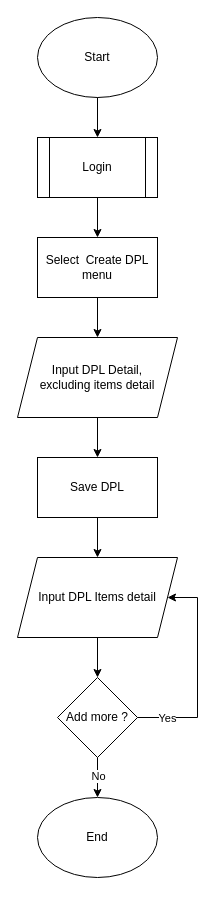
The draw.io diagram page "Create DPL" (2 of 6) of UML DPL.drawio in wilhelmus098/pf, before the edit. Source tidied: cells renumbered, new cells numbered last; positions are measured from the earlier drawing's top-left corner, leaving out a move shared by most shapes. Both pictures are drawn from the tidied source at 100%, with x=0, y=0 at pixel (17, 17).
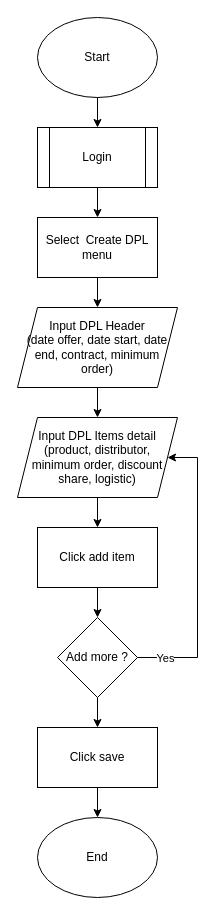
After the change.

Diff of the diagram source:
```diff
@@
-    <mxCell id="3" value="Input DPL Detail,&lt;br&gt;excluding items detail" style="shape=parallelogram;perimeter=parallelogramPerimeter;whiteSpace=wrap;html=1;fixedSize=1;" parent="1" vertex="1">
-      <mxGeometry y="320" width="160" height="80" as="geometry" />
+    <mxCell id="3" value="Input DPL Header&lt;br&gt;(date offer, date start, date end, contract, minimum order)" style="shape=parallelogram;perimeter=parallelogramPerimeter;whiteSpace=wrap;html=1;fixedSize=1;" parent="1" vertex="1">
+      <mxGeometry y="290" width="160" height="80" as="geometry" />
     </mxCell>
     <mxCell id="4" value="Add more ?" style="rhombus;whiteSpace=wrap;html=1;" parent="1" vertex="1">
-      <mxGeometry x="40" y="660" width="80" height="80" as="geometry" />
+      <mxGeometry x="40" y="600" width="80" height="80" as="geometry" />
     </mxCell>
     <mxCell id="5" value="End" style="ellipse;whiteSpace=wrap;html=1;" parent="1" vertex="1">
-      <mxGeometry x="20" y="780" width="120" height="80" as="geometry" />
+      <mxGeometry x="20" y="800" width="120" height="80" as="geometry" />
     </mxCell>
     <mxCell id="6" value="Login" style="shape=process;whiteSpace=wrap;html=1;backgroundOutline=1;" parent="1" vertex="1">
-      <mxGeometry x="20" y="120" width="120" height="60" as="geometry" />
+      <mxGeometry x="20" y="110" width="120" height="60" as="geometry" />
     </mxCell>
     <mxCell id="7" value="Select&amp;nbsp; Create DPL menu" style="rounded=0;whiteSpace=wrap;html=1;" parent="1" vertex="1">
-      <mxGeometry x="20" y="220" width="120" height="60" as="geometry" />
+      <mxGeometry x="20" y="200" width="120" height="60" as="geometry" />
     </mxCell>
@@
-    <mxCell id="11" value="Save DPL" style="rounded=0;whiteSpace=wrap;html=1;" parent="1" vertex="1">
-      <mxGeometry x="20" y="440" width="120" height="60" as="geometry" />
-    </mxCell>
-    <mxCell id="12" style="endArrow=classic;html=1;rounded=0;exitX=0.5;exitY=1;exitDx=0;exitDy=0;entryX=0.5;entryY=0;entryDx=0;entryDy=0;" parent="1" edge="1" source="3" target="11">
-      <mxGeometry relative="1" as="geometry" />
-    </mxCell>
-    <mxCell id="13" value="Input DPL Items detail" style="shape=parallelogram;perimeter=parallelogramPerimeter;whiteSpace=wrap;html=1;fixedSize=1;" parent="1" vertex="1">
-      <mxGeometry y="540" width="160" height="80" as="geometry" />
+    <mxCell id="13" value="Input DPL Items detail (product, distributor, minimum order, discount share, logistic)" style="shape=parallelogram;perimeter=parallelogramPerimeter;whiteSpace=wrap;html=1;fixedSize=1;" parent="1" vertex="1">
+      <mxGeometry y="400" width="160" height="80" as="geometry" />
     </mxCell>
-    <mxCell id="14" style="endArrow=classic;html=1;rounded=0;exitX=0.5;exitY=1;exitDx=0;exitDy=0;entryX=0.5;entryY=0;entryDx=0;entryDy=0;" parent="1" edge="1" source="11" target="13">
-      <mxGeometry relative="1" as="geometry" />
-    </mxCell>
     <mxCell id="15" style="endArrow=classic;html=1;rounded=0;exitX=1;exitY=0.5;exitDx=0;exitDy=0;entryX=1;entryY=0.5;entryDx=0;entryDy=0;" parent="1" edge="1" source="4" target="13">
       <mxGeometry relative="1" as="geometry">
         <Array as="points">
-          <mxPoint x="180" y="700" />
-          <mxPoint x="180" y="580" />
+          <mxPoint x="180" y="640" />
+          <mxPoint x="180" y="440" />
         </Array>
       </mxGeometry>
     </mxCell>
     <mxCell id="16" value="Yes" style="edgeLabel;html=1;align=center;verticalAlign=middle;" parent="15" vertex="1">
       <mxGeometry x="-0.75" y="2" relative="1" as="geometry">
-        <mxPoint x="3" y="2" as="offset" />
+        <mxPoint x="-9" y="2" as="offset" />
       </mxGeometry>
     </mxCell>
-    <mxCell id="17" style="endArrow=classic;html=1;rounded=0;exitX=0.5;exitY=1;exitDx=0;exitDy=0;entryX=0.5;entryY=0;entryDx=0;entryDy=0;" parent="1" edge="1" source="4" target="5">
-      <mxGeometry relative="1" as="geometry" />
-    </mxCell>
-    <mxCell id="18" value="No" style="edgeLabel;html=1;align=center;verticalAlign=middle;" parent="17" vertex="1">
-      <mxGeometry x="-0.12" relative="1" as="geometry" />
-    </mxCell>
-    <mxCell id="19" style="endArrow=classic;html=1;rounded=0;exitX=0.5;exitY=1;exitDx=0;exitDy=0;entryX=0.5;entryY=0;entryDx=0;entryDy=0;" parent="1" edge="1" source="13" target="4">
-      <mxGeometry relative="1" as="geometry" />
-    </mxCell>
+    <mxCell id="20" style="endArrow=classic;html=1;rounded=0;exitX=0.5;exitY=1;exitDx=0;exitDy=0;entryX=0.5;entryY=0;entryDx=0;entryDy=0;" parent="1" edge="1" source="3" target="13">
+      <mxGeometry relative="1" as="geometry" />
+    </mxCell>
+    <mxCell id="21" value="Click add item" style="rounded=0;whiteSpace=wrap;html=1;" parent="1" vertex="1">
+      <mxGeometry x="20" y="510" width="120" height="60" as="geometry" />
+    </mxCell>
+    <mxCell id="22" style="endArrow=classic;html=1;rounded=0;exitX=0.5;exitY=1;exitDx=0;exitDy=0;entryX=0.5;entryY=0;entryDx=0;entryDy=0;" parent="1" edge="1" source="13" target="21">
+      <mxGeometry relative="1" as="geometry" />
+    </mxCell>
+    <mxCell id="23" style="endArrow=classic;html=1;rounded=0;exitX=0.5;exitY=1;exitDx=0;exitDy=0;entryX=0.5;entryY=0;entryDx=0;entryDy=0;" parent="1" edge="1" source="21" target="4">
+      <mxGeometry relative="1" as="geometry" />
+    </mxCell>
+    <mxCell id="24" value="Click save" style="rounded=0;whiteSpace=wrap;html=1;" parent="1" vertex="1">
+      <mxGeometry x="20" y="710" width="120" height="60" as="geometry" />
+    </mxCell>
+    <mxCell id="25" style="endArrow=classic;html=1;rounded=0;exitX=0.5;exitY=1;exitDx=0;exitDy=0;entryX=0.5;entryY=0;entryDx=0;entryDy=0;" parent="1" edge="1" source="4" target="24">
+      <mxGeometry relative="1" as="geometry" />
+    </mxCell>
+    <mxCell id="26" style="endArrow=classic;html=1;rounded=0;exitX=0.5;exitY=1;exitDx=0;exitDy=0;entryX=0.5;entryY=0;entryDx=0;entryDy=0;" parent="1" edge="1" source="24" target="5">
+      <mxGeometry relative="1" as="geometry" />
+    </mxCell>
```
